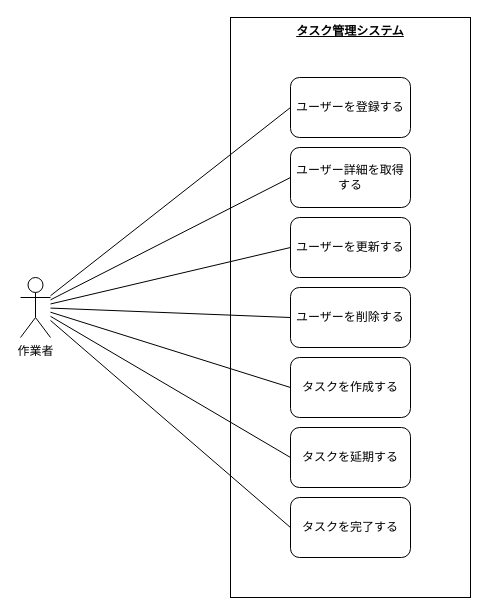
This is page "ユースケース図" (1 of 2) of ddd-sample.drawio from k-kazuya0926/ddd-sample, a draw.io file, before an edit. Source tidied: cells renumbered, new cells numbered last; positions are measured from the earlier drawing's top-left corner, leaving out a move shared by most shapes. Both pictures are drawn from the tidied source at 100%, with x=0, y=0 at pixel (20, 17).
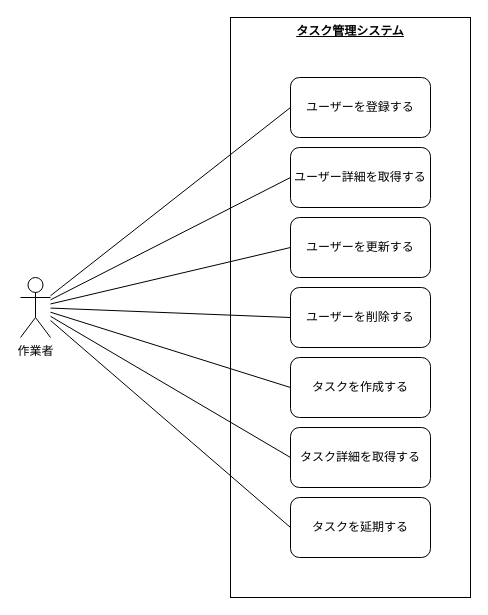
The same page after the edit.

Change to the diagram source:
```diff
@@
 <mxGraphModel>
   <root>
     <mxCell id="0" />
     <mxCell id="1" parent="0" />
+    <mxCell id="17" value="&lt;b&gt;&lt;u&gt;タスク管理システム&lt;/u&gt;&lt;/b&gt;" style="rounded=0;whiteSpace=wrap;html=1;align=center;fillColor=none;verticalAlign=top;" parent="1" vertex="1">
+      <mxGeometry x="210" width="240" height="580" as="geometry" />
+    </mxCell>
     <mxCell id="2" value="ユーザーを登録する" style="rounded=1;whiteSpace=wrap;html=1;fillColor=none;" parent="1" vertex="1">
-      <mxGeometry x="270" y="60" width="120" height="60" as="geometry" />
+      <mxGeometry x="270" y="60" width="140" height="60" as="geometry" />
     </mxCell>
     <mxCell id="3" value="ユーザーを更新する" style="rounded=1;whiteSpace=wrap;html=1;fillColor=none;" parent="1" vertex="1">
-      <mxGeometry x="270" y="200" width="120" height="60" as="geometry" />
+      <mxGeometry x="270" y="200" width="140" height="60" as="geometry" />
     </mxCell>
     <mxCell id="4" value="ユーザーを削除する" style="rounded=1;whiteSpace=wrap;html=1;fillColor=none;" parent="1" vertex="1">
-      <mxGeometry x="270" y="270" width="120" height="60" as="geometry" />
+      <mxGeometry x="270" y="270" width="140" height="60" as="geometry" />
     </mxCell>
     <mxCell id="5" value="ユーザー詳細を取得する" style="rounded=1;whiteSpace=wrap;html=1;fillColor=none;" parent="1" vertex="1">
-      <mxGeometry x="270" y="130" width="120" height="60" as="geometry" />
+      <mxGeometry x="270" y="130" width="140" height="60" as="geometry" />
     </mxCell>
     <mxCell id="6" style="rounded=0;jettySize=auto;html=1;entryX=0;entryY=0.5;entryDx=0;entryDy=0;endArrow=none;endFill=0;" parent="1" edge="1" source="13" target="2">
       <mxGeometry relative="1" as="geometry" />
     </mxCell>
     <mxCell id="7" style="edgeStyle=none;rounded=0;jettySize=auto;html=1;entryX=0;entryY=0.5;entryDx=0;entryDy=0;endArrow=none;endFill=0;" parent="1" edge="1" source="13" target="5">
       <mxGeometry relative="1" as="geometry" />
     </mxCell>
     <mxCell id="8" style="edgeStyle=none;rounded=0;jettySize=auto;html=1;entryX=0;entryY=0.5;entryDx=0;entryDy=0;endArrow=none;endFill=0;" parent="1" edge="1" source="13" target="3">
       <mxGeometry relative="1" as="geometry" />
     </mxCell>
     <mxCell id="9" style="edgeStyle=none;rounded=0;jettySize=auto;html=1;entryX=0;entryY=0.5;entryDx=0;entryDy=0;endArrow=none;endFill=0;" parent="1" edge="1" source="13" target="4">
       <mxGeometry relative="1" as="geometry" />
     </mxCell>
     <mxCell id="10" style="edgeStyle=none;rounded=0;jettySize=auto;html=1;entryX=0;entryY=0.5;entryDx=0;entryDy=0;endArrow=none;endFill=0;" parent="1" edge="1" source="13" target="14">
       <mxGeometry relative="1" as="geometry" />
     </mxCell>
     <mxCell id="11" style="edgeStyle=none;rounded=0;jettySize=auto;html=1;entryX=0;entryY=0.5;entryDx=0;entryDy=0;endArrow=none;endFill=0;" parent="1" edge="1" source="13" target="15">
       <mxGeometry relative="1" as="geometry" />
     </mxCell>
     <mxCell id="12" style="edgeStyle=none;rounded=0;jettySize=auto;html=1;entryX=0;entryY=0.5;entryDx=0;entryDy=0;endArrow=none;endFill=0;" parent="1" edge="1" source="13" target="16">
       <mxGeometry relative="1" as="geometry" />
     </mxCell>
     <mxCell id="13" value="作業者" style="shape=umlActor;verticalLabelPosition=bottom;verticalAlign=top;html=1;outlineConnect=0;fillColor=none;" parent="1" vertex="1">
       <mxGeometry y="260" width="30" height="60" as="geometry" />
     </mxCell>
     <mxCell id="14" value="タスクを作成する" style="rounded=1;whiteSpace=wrap;html=1;fillColor=none;" parent="1" vertex="1">
-      <mxGeometry x="270" y="340" width="120" height="60" as="geometry" />
+      <mxGeometry x="270" y="340" width="140" height="60" as="geometry" />
     </mxCell>
-    <mxCell id="15" value="タスクを延期する" style="rounded=1;whiteSpace=wrap;html=1;fillColor=none;" parent="1" vertex="1">
-      <mxGeometry x="270" y="410" width="120" height="60" as="geometry" />
+    <mxCell id="15" value="タスク詳細を取得する" style="rounded=1;whiteSpace=wrap;html=1;fillColor=none;" parent="1" vertex="1">
+      <mxGeometry x="270" y="410" width="140" height="60" as="geometry" />
     </mxCell>
-    <mxCell id="16" value="タスクを完了する" style="rounded=1;whiteSpace=wrap;html=1;fillColor=none;" parent="1" vertex="1">
-      <mxGeometry x="270" y="480" width="120" height="60" as="geometry" />
+    <mxCell id="16" value="タスクを延期する" style="rounded=1;whiteSpace=wrap;html=1;fillColor=none;" parent="1" vertex="1">
+      <mxGeometry x="270" y="480" width="140" height="60" as="geometry" />
     </mxCell>
-    <mxCell id="17" value="&lt;b&gt;&lt;u&gt;タスク管理システム&lt;/u&gt;&lt;/b&gt;" style="rounded=0;whiteSpace=wrap;html=1;align=center;fillColor=none;verticalAlign=top;" parent="1" vertex="1">
-      <mxGeometry x="210" width="240" height="580" as="geometry" />
-    </mxCell>
   </root>
 </mxGraphModel>
```
